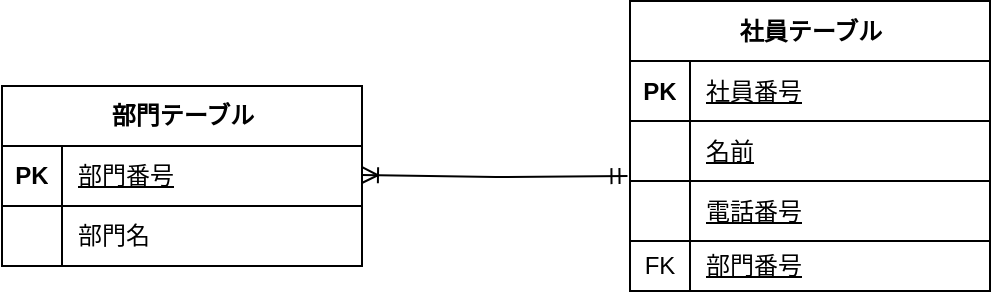
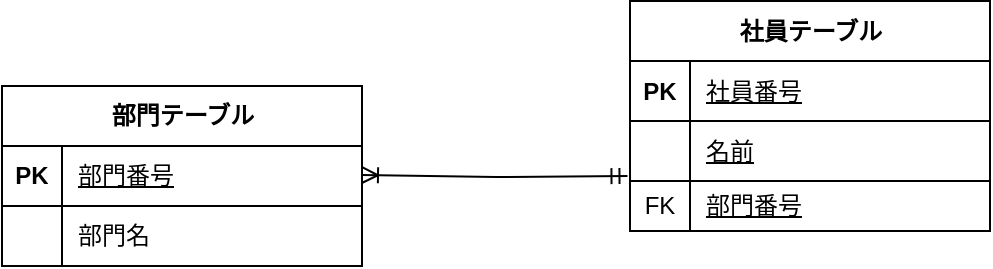
<mxfile host="app.diagrams.net">
  <diagram name="ページ-1" id="AG7EbCTCMhUa4aQaiym0">
-     <mxGraphModel dx="766" dy="472" grid="1" gridSize="10" guides="1" tooltips="1" connect="1" arrows="1" fold="1" page="1" pageScale="1" pageWidth="827" pageHeight="1169" math="0" shadow="0">
+     <mxGraphModel dx="997" dy="454" grid="1" gridSize="10" guides="1" tooltips="1" connect="1" arrows="1" fold="1" page="1" pageScale="1" pageWidth="827" pageHeight="1169" math="0" shadow="0">
      <root>
        <mxCell id="0" />
        <mxCell id="1" parent="0" />
        <mxCell id="lAYE3fkjUii-vMnlugpv-43" parent="1" style="shape=table;startSize=30;container=1;collapsible=1;childLayout=tableLayout;fixedRows=1;rowLines=0;fontStyle=1;align=center;resizeLast=1;html=1;" value="部門テーブル" vertex="1">
          <mxGeometry height="90" width="180" x="100" y="220" as="geometry" />
        </mxCell>
        <mxCell id="lAYE3fkjUii-vMnlugpv-44" parent="lAYE3fkjUii-vMnlugpv-43" style="shape=tableRow;horizontal=0;startSize=0;swimlaneHead=0;swimlaneBody=0;fillColor=none;collapsible=0;dropTarget=0;points=[[0,0.5],[1,0.5]];portConstraint=eastwest;top=0;left=0;right=0;bottom=1;" value="" vertex="1">
          <mxGeometry height="30" width="180" y="30" as="geometry" />
        </mxCell>
        <mxCell id="lAYE3fkjUii-vMnlugpv-45" parent="lAYE3fkjUii-vMnlugpv-44" style="shape=partialRectangle;connectable=0;fillColor=none;top=0;left=0;bottom=0;right=0;fontStyle=1;overflow=hidden;whiteSpace=wrap;html=1;" value="PK" vertex="1">
          <mxGeometry height="30" width="30" as="geometry">
            <mxRectangle height="30" width="30" as="alternateBounds" />
          </mxGeometry>
        </mxCell>
        <mxCell id="lAYE3fkjUii-vMnlugpv-46" parent="lAYE3fkjUii-vMnlugpv-44" style="shape=partialRectangle;connectable=0;fillColor=none;top=0;left=0;bottom=0;right=0;align=left;spacingLeft=6;fontStyle=5;overflow=hidden;whiteSpace=wrap;html=1;" value="&lt;span style=&quot;font-weight: 400;&quot;&gt;部門番号&lt;/span&gt;" vertex="1">
          <mxGeometry height="30" width="150" x="30" as="geometry">
            <mxRectangle height="30" width="150" as="alternateBounds" />
          </mxGeometry>
        </mxCell>
        <mxCell id="lAYE3fkjUii-vMnlugpv-47" parent="lAYE3fkjUii-vMnlugpv-43" style="shape=tableRow;horizontal=0;startSize=0;swimlaneHead=0;swimlaneBody=0;fillColor=none;collapsible=0;dropTarget=0;points=[[0,0.5],[1,0.5]];portConstraint=eastwest;top=0;left=0;right=0;bottom=0;" value="" vertex="1">
          <mxGeometry height="30" width="180" y="60" as="geometry" />
        </mxCell>
        <mxCell id="lAYE3fkjUii-vMnlugpv-48" parent="lAYE3fkjUii-vMnlugpv-47" style="shape=partialRectangle;connectable=0;fillColor=none;top=0;left=0;bottom=0;right=0;editable=1;overflow=hidden;whiteSpace=wrap;html=1;" value="" vertex="1">
          <mxGeometry height="30" width="30" as="geometry">
            <mxRectangle height="30" width="30" as="alternateBounds" />
          </mxGeometry>
        </mxCell>
        <mxCell id="lAYE3fkjUii-vMnlugpv-49" parent="lAYE3fkjUii-vMnlugpv-47" style="shape=partialRectangle;connectable=0;fillColor=none;top=0;left=0;bottom=0;right=0;align=left;spacingLeft=6;overflow=hidden;whiteSpace=wrap;html=1;" value="部門名" vertex="1">
          <mxGeometry height="30" width="150" x="30" as="geometry">
            <mxRectangle height="30" width="150" as="alternateBounds" />
          </mxGeometry>
        </mxCell>
-         <mxCell id="lAYE3fkjUii-vMnlugpv-83" edge="1" parent="1" source="lAYE3fkjUii-vMnlugpv-50" style="edgeStyle=orthogonalEdgeStyle;rounded=0;orthogonalLoop=1;jettySize=auto;html=1;entryX=1;entryY=0.5;entryDx=0;entryDy=0;endArrow=ERmany;endFill=0;">
+         <mxCell id="lAYE3fkjUii-vMnlugpv-83" edge="1" parent="1" style="edgeStyle=orthogonalEdgeStyle;rounded=0;orthogonalLoop=1;jettySize=auto;html=1;entryX=1;entryY=0.5;entryDx=0;entryDy=0;endArrow=ERmany;endFill=0;">
          <mxGeometry relative="1" as="geometry">
            <mxPoint x="270" y="455" as="targetPoint" />
          </mxGeometry>
        </mxCell>
        <mxCell id="lAYE3fkjUii-vMnlugpv-67" parent="1" style="shape=table;startSize=30;container=1;collapsible=1;childLayout=tableLayout;fixedRows=1;rowLines=0;fontStyle=1;align=center;resizeLast=1;html=1;" value="社員テーブル" vertex="1">
-           <mxGeometry height="145" width="180" x="414" y="177.5" as="geometry" />
+           <mxGeometry height="115" width="180" x="414" y="177.5" as="geometry" />
        </mxCell>
        <mxCell id="lAYE3fkjUii-vMnlugpv-68" parent="lAYE3fkjUii-vMnlugpv-67" style="shape=tableRow;horizontal=0;startSize=0;swimlaneHead=0;swimlaneBody=0;fillColor=none;collapsible=0;dropTarget=0;points=[[0,0.5],[1,0.5]];portConstraint=eastwest;top=0;left=0;right=0;bottom=1;" value="" vertex="1">
          <mxGeometry height="30" width="180" y="30" as="geometry" />
        </mxCell>
        <mxCell id="lAYE3fkjUii-vMnlugpv-69" parent="lAYE3fkjUii-vMnlugpv-68" style="shape=partialRectangle;connectable=0;fillColor=none;top=0;left=0;bottom=0;right=0;fontStyle=1;overflow=hidden;whiteSpace=wrap;html=1;" value="PK" vertex="1">
          <mxGeometry height="30" width="30" as="geometry">
            <mxRectangle height="30" width="30" as="alternateBounds" />
          </mxGeometry>
        </mxCell>
        <mxCell id="lAYE3fkjUii-vMnlugpv-70" parent="lAYE3fkjUii-vMnlugpv-68" style="shape=partialRectangle;connectable=0;fillColor=none;top=0;left=0;bottom=0;right=0;align=left;spacingLeft=6;fontStyle=5;overflow=hidden;whiteSpace=wrap;html=1;" value="&lt;span style=&quot;font-weight: 400;&quot;&gt;社員番号&lt;/span&gt;" vertex="1">
          <mxGeometry height="30" width="150" x="30" as="geometry">
            <mxRectangle height="30" width="150" as="alternateBounds" />
          </mxGeometry>
        </mxCell>
        <mxCell id="lAYE3fkjUii-vMnlugpv-71" parent="lAYE3fkjUii-vMnlugpv-67" style="shape=tableRow;horizontal=0;startSize=0;swimlaneHead=0;swimlaneBody=0;fillColor=none;collapsible=0;dropTarget=0;points=[[0,0.5],[1,0.5]];portConstraint=eastwest;top=0;left=0;right=0;bottom=1;" vertex="1">
          <mxGeometry height="30" width="180" y="60" as="geometry" />
        </mxCell>
        <mxCell id="lAYE3fkjUii-vMnlugpv-72" parent="lAYE3fkjUii-vMnlugpv-71" style="shape=partialRectangle;connectable=0;fillColor=none;top=0;left=0;bottom=0;right=0;fontStyle=1;overflow=hidden;whiteSpace=wrap;html=1;" vertex="1">
          <mxGeometry height="30" width="30" as="geometry">
            <mxRectangle height="30" width="30" as="alternateBounds" />
          </mxGeometry>
        </mxCell>
        <mxCell id="lAYE3fkjUii-vMnlugpv-73" parent="lAYE3fkjUii-vMnlugpv-71" style="shape=partialRectangle;connectable=0;fillColor=none;top=0;left=0;bottom=0;right=0;align=left;spacingLeft=6;fontStyle=5;overflow=hidden;whiteSpace=wrap;html=1;" value="&lt;span style=&quot;font-weight: 400;&quot;&gt;名前&lt;/span&gt;" vertex="1">
          <mxGeometry height="30" width="150" x="30" as="geometry">
            <mxRectangle height="30" width="150" as="alternateBounds" />
          </mxGeometry>
        </mxCell>
-         <mxCell id="lAYE3fkjUii-vMnlugpv-74" parent="lAYE3fkjUii-vMnlugpv-67" style="shape=tableRow;horizontal=0;startSize=0;swimlaneHead=0;swimlaneBody=0;fillColor=none;collapsible=0;dropTarget=0;points=[[0,0.5],[1,0.5]];portConstraint=eastwest;top=0;left=0;right=0;bottom=1;" vertex="1">
-           <mxGeometry height="30" width="180" y="90" as="geometry" />
-         </mxCell>
-         <mxCell id="lAYE3fkjUii-vMnlugpv-75" parent="lAYE3fkjUii-vMnlugpv-74" style="shape=partialRectangle;connectable=0;fillColor=none;top=0;left=0;bottom=0;right=0;fontStyle=1;overflow=hidden;whiteSpace=wrap;html=1;" vertex="1">
-           <mxGeometry height="30" width="30" as="geometry">
-             <mxRectangle height="30" width="30" as="alternateBounds" />
-           </mxGeometry>
-         </mxCell>
-         <mxCell id="lAYE3fkjUii-vMnlugpv-76" parent="lAYE3fkjUii-vMnlugpv-74" style="shape=partialRectangle;connectable=0;fillColor=none;top=0;left=0;bottom=0;right=0;align=left;spacingLeft=6;fontStyle=5;overflow=hidden;whiteSpace=wrap;html=1;" value="&lt;span style=&quot;font-weight: normal;&quot;&gt;電話番号&lt;/span&gt;" vertex="1">
-           <mxGeometry height="30" width="150" x="30" as="geometry">
-             <mxRectangle height="30" width="150" as="alternateBounds" />
-           </mxGeometry>
-         </mxCell>
        <mxCell id="lAYE3fkjUii-vMnlugpv-77" parent="lAYE3fkjUii-vMnlugpv-67" style="shape=tableRow;horizontal=0;startSize=0;swimlaneHead=0;swimlaneBody=0;fillColor=none;collapsible=0;dropTarget=0;points=[[0,0.5],[1,0.5]];portConstraint=eastwest;top=0;left=0;right=0;bottom=0;" value="" vertex="1">
-           <mxGeometry height="25" width="180" y="120" as="geometry" />
+           <mxGeometry height="25" width="180" y="90" as="geometry" />
        </mxCell>
        <mxCell id="lAYE3fkjUii-vMnlugpv-78" parent="lAYE3fkjUii-vMnlugpv-77" style="shape=partialRectangle;connectable=0;fillColor=none;top=0;left=0;bottom=0;right=0;editable=1;overflow=hidden;whiteSpace=wrap;html=1;" value="FK" vertex="1">
          <mxGeometry height="25" width="30" as="geometry">
            <mxRectangle height="25" width="30" as="alternateBounds" />
          </mxGeometry>
        </mxCell>
        <mxCell id="lAYE3fkjUii-vMnlugpv-79" parent="lAYE3fkjUii-vMnlugpv-77" style="shape=partialRectangle;connectable=0;fillColor=none;top=0;left=0;bottom=0;right=0;align=left;spacingLeft=6;overflow=hidden;whiteSpace=wrap;html=1;" value="&lt;span style=&quot;text-decoration: underline;&quot;&gt;部門番号&lt;/span&gt;" vertex="1">
          <mxGeometry height="25" width="150" x="30" as="geometry">
            <mxRectangle height="25" width="150" as="alternateBounds" />
          </mxGeometry>
        </mxCell>
        <mxCell id="lAYE3fkjUii-vMnlugpv-82" edge="1" parent="1" style="edgeStyle=orthogonalEdgeStyle;rounded=0;orthogonalLoop=1;jettySize=auto;html=1;entryX=1.007;entryY=0.067;entryDx=0;entryDy=0;entryPerimeter=0;endArrow=ERoneToMany;endFill=0;startArrow=ERmandOne;startFill=0;">
          <mxGeometry relative="1" as="geometry">
            <mxPoint x="412.74" y="265" as="sourcePoint" />
            <mxPoint x="280" y="264.51" as="targetPoint" />
          </mxGeometry>
        </mxCell>
-         <mxCell id="lAYE3fkjUii-vMnlugpv-84" edge="1" parent="1" style="edgeStyle=orthogonalEdgeStyle;rounded=0;orthogonalLoop=1;jettySize=auto;html=1;entryX=0;entryY=0.5;entryDx=0;entryDy=0;endArrow=ERmandOne;endFill=0;startArrow=ERoneToMany;startFill=0;" target="lAYE3fkjUii-vMnlugpv-51">
+         <mxCell id="lAYE3fkjUii-vMnlugpv-84" edge="1" parent="1" style="edgeStyle=orthogonalEdgeStyle;rounded=0;orthogonalLoop=1;jettySize=auto;html=1;entryX=0;entryY=0.5;entryDx=0;entryDy=0;endArrow=ERmandOne;endFill=0;startArrow=ERoneToMany;startFill=0;">
          <mxGeometry relative="1" as="geometry">
            <Array as="points">
              <mxPoint x="350" y="455" />
              <mxPoint x="350" y="455" />
            </Array>
            <mxPoint x="270" y="455" as="sourcePoint" />
          </mxGeometry>
        </mxCell>
      </root>
    </mxGraphModel>
  </diagram>
</mxfile>
